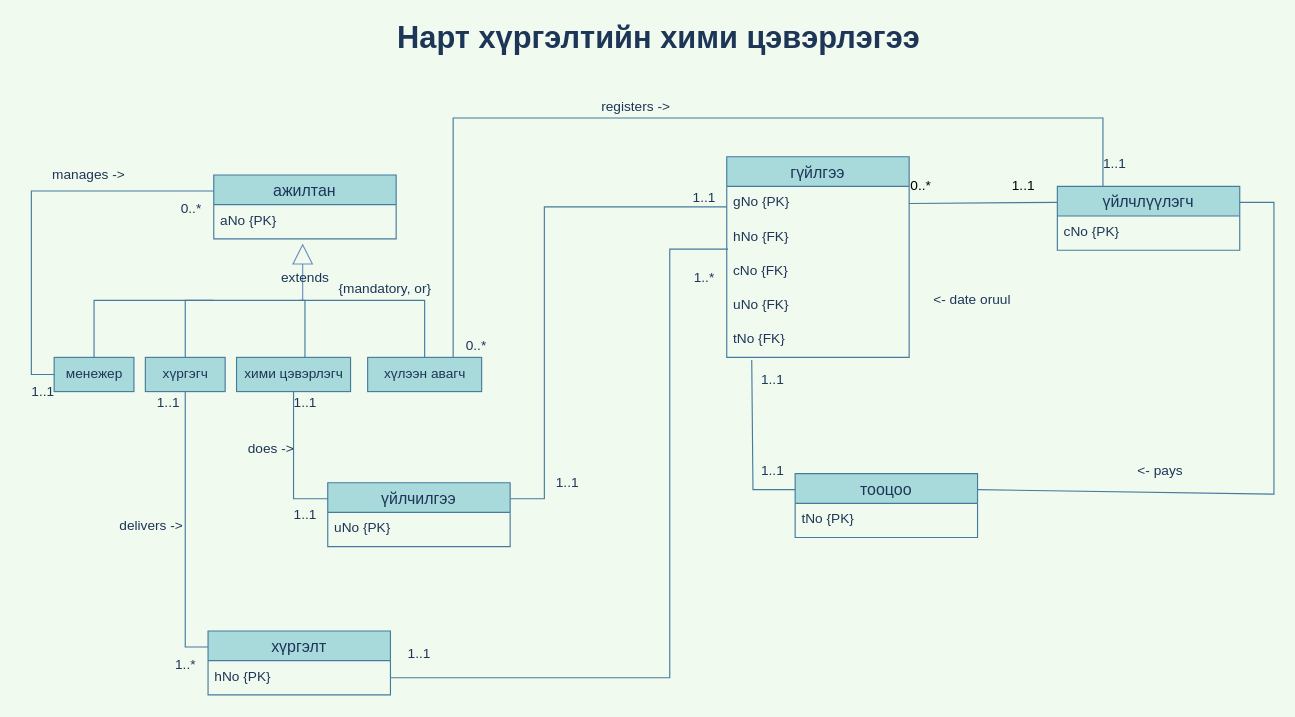
Above: page "Page-4" (4 of 4) of Untitled Diagram.drawio in Tseku210/database_ERD (draw.io), before the change. Source tidied: cells renumbered, new cells numbered last; positions are measured from the earlier drawing's top-left corner, leaving out a move shared by most shapes. Both pictures are drawn from the tidied source at 114%, with x=0, y=0 at pixel (19, 26).
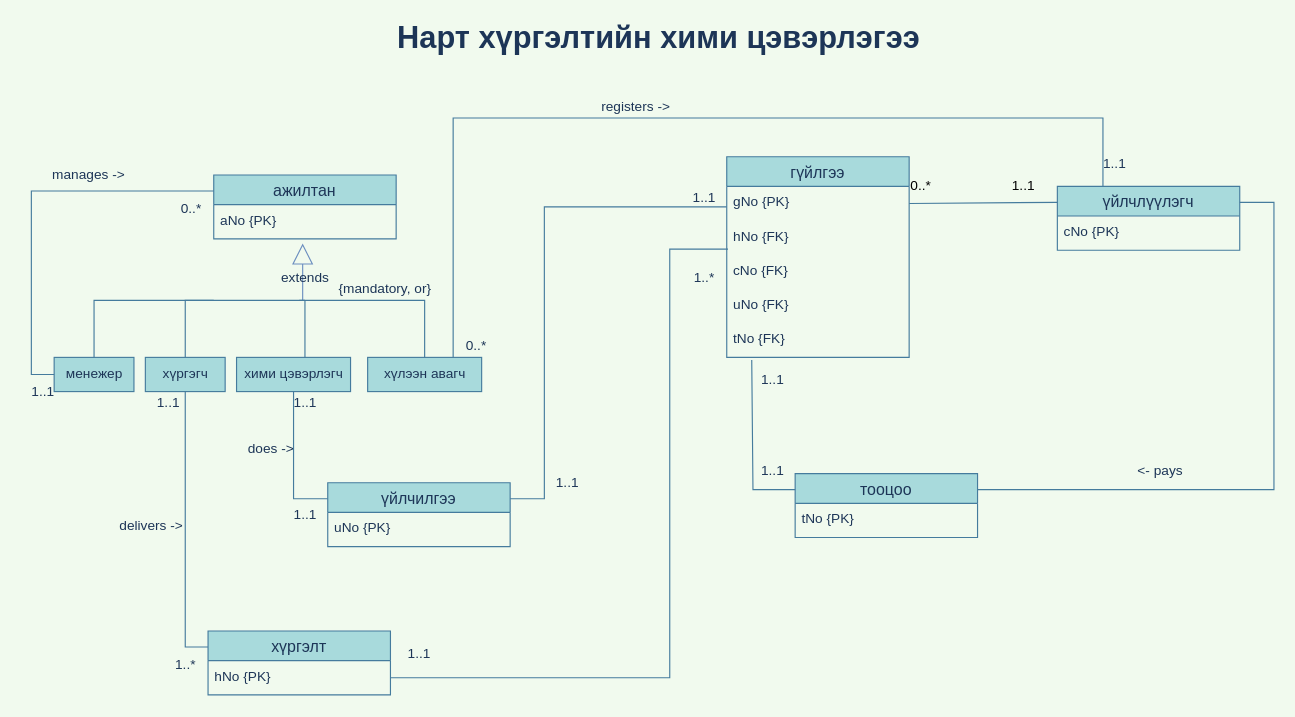
The same page after the edit.

Unchanged cells that the change refers to:
```xml
<mxCell id="4" value="үйлчлүүлэгч" style="swimlane;fontStyle=0;horizontal=1;startSize=26;align=center;fontSize=14;fillColor=#A8DADC;strokeColor=#457B9D;fontColor=#1D3557;" parent="1" vertex="1">
  <mxGeometry x="910" y="140" width="160" height="56" as="geometry" />
</mxCell>
<mxCell id="10" value="тооцоо" style="swimlane;fontStyle=0;horizontal=1;startSize=26;align=center;fontSize=14;fillColor=#A8DADC;strokeColor=#457B9D;fontColor=#1D3557;" parent="1" vertex="1">
  <mxGeometry x="680" y="392" width="160" height="56" as="geometry" />
</mxCell>
```

Change to the diagram source:
```diff
@@
     <mxCell id="52" style="endArrow=none;html=1;rounded=0;sketch=0;fontSize=12;fontColor=#1D3557;strokeColor=#457B9D;fillColor=#A8DADC;curved=0;entryX=1;entryY=0.25;entryDx=0;entryDy=0;exitX=1;exitY=0.25;exitDx=0;exitDy=0;" parent="1" edge="1" source="10" target="4">
       <mxGeometry relative="1" as="geometry">
         <Array as="points">
-          <mxPoint x="1100" y="410" />
+          <mxPoint x="1100" y="406" />
           <mxPoint x="1100" y="154" />
         </Array>
       </mxGeometry>
     </mxCell>
@@
-    <mxCell id="58" value="&amp;lt;- date oruul" style="text;html=1;align=center;verticalAlign=middle;strokeColor=none;fillColor=none;fontSize=12;fontColor=#1D3557;" parent="1" vertex="1">
-      <mxGeometry x="795" y="230" width="80" height="20" as="geometry" />
-    </mxCell>
```
